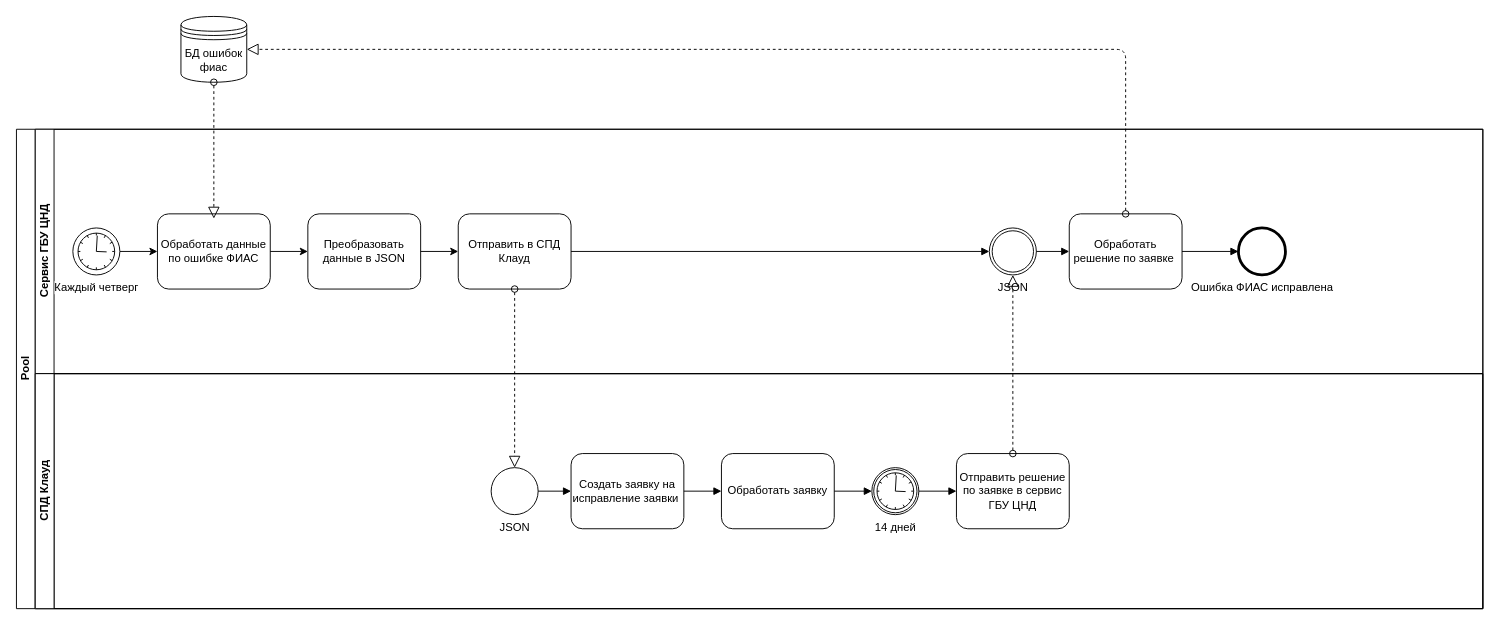
The draw.io diagram st3.drawio in Swia/WP3, before the edit. Source tidied: cells renumbered, new cells numbered last; positions are measured from the earlier drawing's top-left corner, leaving out a move shared by most shapes. Both pictures are drawn from the tidied source at 94%, with x=0, y=0 at pixel (16, 16).
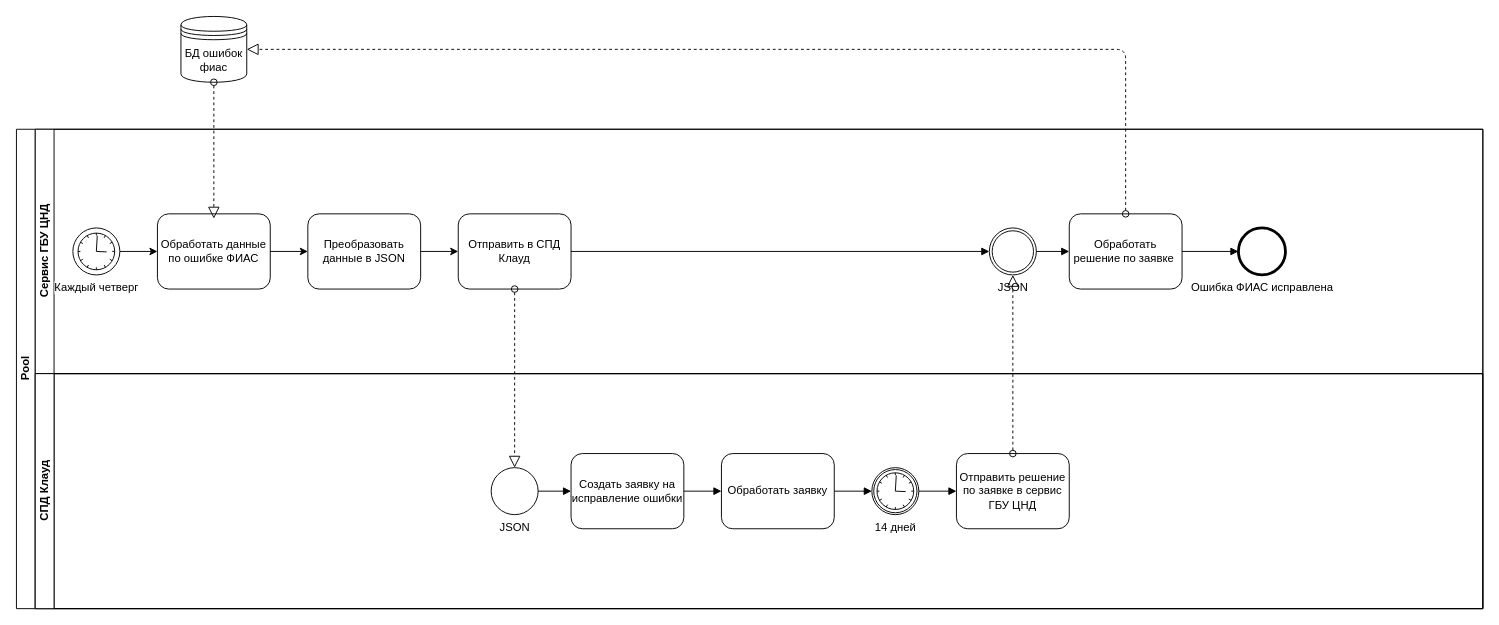
After the change.

Unchanged cells that the change refers to:
```xml
<mxCell id="18" value="СПД Клауд" style="swimlane;html=1;startSize=20;horizontal=0;" parent="17" vertex="1">
  <mxGeometry width="1540" height="250" as="geometry" />
</mxCell>
```

The edit, as a diff of the source:
```diff
@@
-    <mxCell id="20" value="Создать заявку на исправление заявки&amp;nbsp;" style="shape=ext;rounded=1;html=1;whiteSpace=wrap;" parent="18" vertex="1">
+    <mxCell id="20" value="Создать заявку на исправление ошибки" style="shape=ext;rounded=1;html=1;whiteSpace=wrap;" parent="18" vertex="1">
       <mxGeometry x="570" y="85" width="120" height="80" as="geometry" />
     </mxCell>
```
